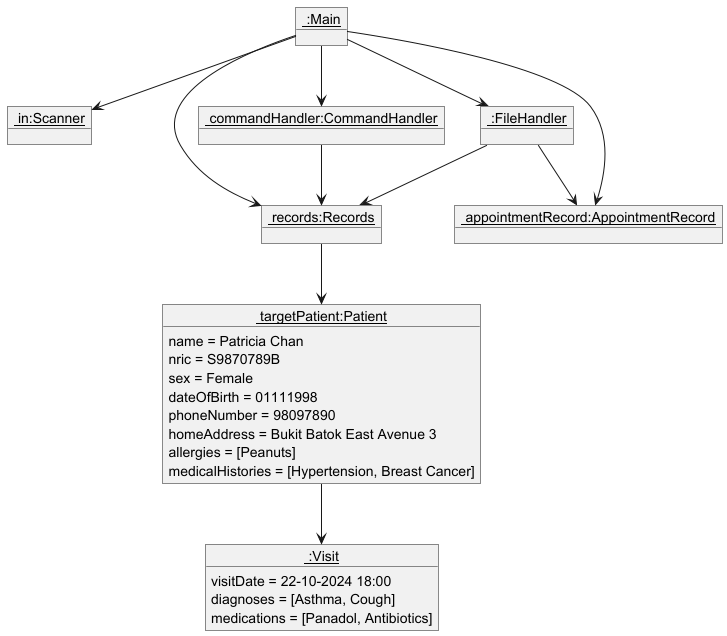
Before: docs/ObjectDiagramBeforeAddVisit.png, a diagram exported from PlantUML (yentheng0110/tp).
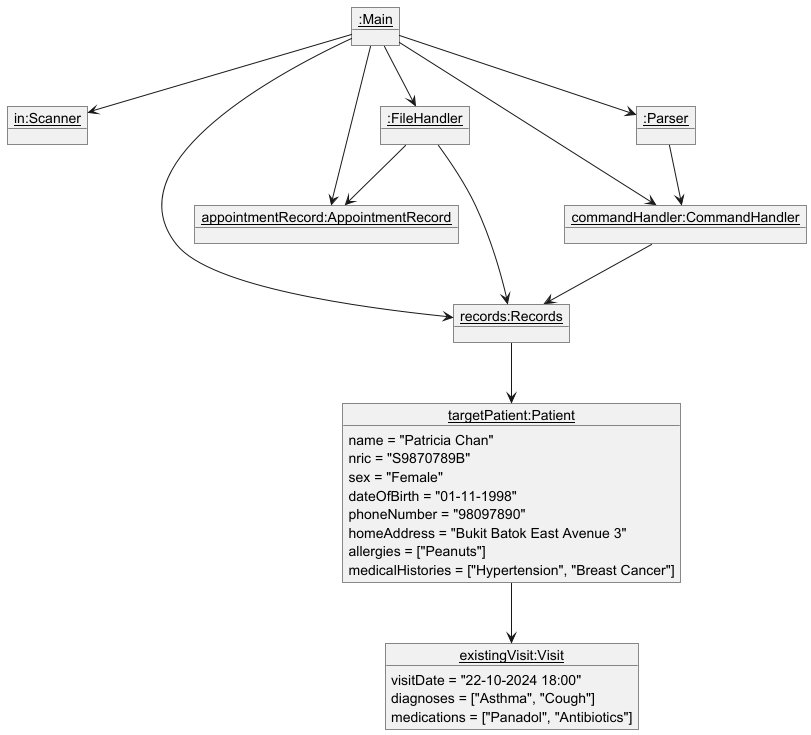
After the commit.

Commit message:
update ObjectDiagramBeforeAddVisit object diagram

Diff of the diagram source:
```diff
@@ -1,27 +1,42 @@
 @startuml
+skinparam classAttributeIconSize 0
+hide circle
 
-object "<u> :Main</u>" as Main
-object "<u> in:Scanner</u>" as Scanner
-object "<u> records:Records</u>" as Records
-object "<u> appointmentRecord:AppointmentRecord</u>" as AppointmentRecord
-object "<u> :FileHandler</u>" as FileHandler
-object "<u> commandHandler:CommandHandler</u>" as CommandHandler
+object "<u>:Main</u>" as Main
 
-object "<u> targetPatient:Patient</u>" as Patient {
-name = Patricia Chan
-nric = S9870789B
-sex = Female
-dateOfBirth = 01111998
-phoneNumber = 98097890
-homeAddress = Bukit Batok East Avenue 3
-allergies = [Peanuts]
-medicalHistories = [Hypertension, Breast Cancer]
+object "<u>in:Scanner</u>" as Scanner {
 }
 
-object "<u> :Visit</u>" as Visit {
-visitDate = 22-10-2024 18:00
-diagnoses = [Asthma, Cough]
-medications = [Panadol, Antibiotics]
+object "<u>records:Records</u>" as Records {
+}
+
+object "<u>appointmentRecord:AppointmentRecord</u>" as AppointmentRecord {
+}
+
+object "<u>:FileHandler</u>" as FileHandler {
+}
+
+object "<u>commandHandler:CommandHandler</u>" as CommandHandler {
+}
+
+object "<u>:Parser</u>" as Parser {
+}
+
+object "<u>targetPatient:Patient</u>" as Patient {
+    name = "Patricia Chan"
+    nric = "S9870789B"
+    sex = "Female"
+    dateOfBirth = "01-11-1998"
+    phoneNumber = "98097890"
+    homeAddress = "Bukit Batok East Avenue 3"
+    allergies = ["Peanuts"]
+    medicalHistories = ["Hypertension", "Breast Cancer"]
+}
+
+object "<u>existingVisit:Visit</u>" as Visit {
+    visitDate = "22-10-2024 18:00"
+    diagnoses = ["Asthma", "Cough"]
+    medications = ["Panadol", "Antibiotics"]
 }
 
 Main --> Scanner
@@ -29,9 +44,12 @@
 Main --> AppointmentRecord
 Main --> FileHandler
 Main --> CommandHandler
+Main --> Parser
+Parser --> CommandHandler
 Patient --> Visit
 CommandHandler --> Records
 Records --> Patient
 FileHandler --> Records
 FileHandler --> AppointmentRecord
+
 @enduml
```
